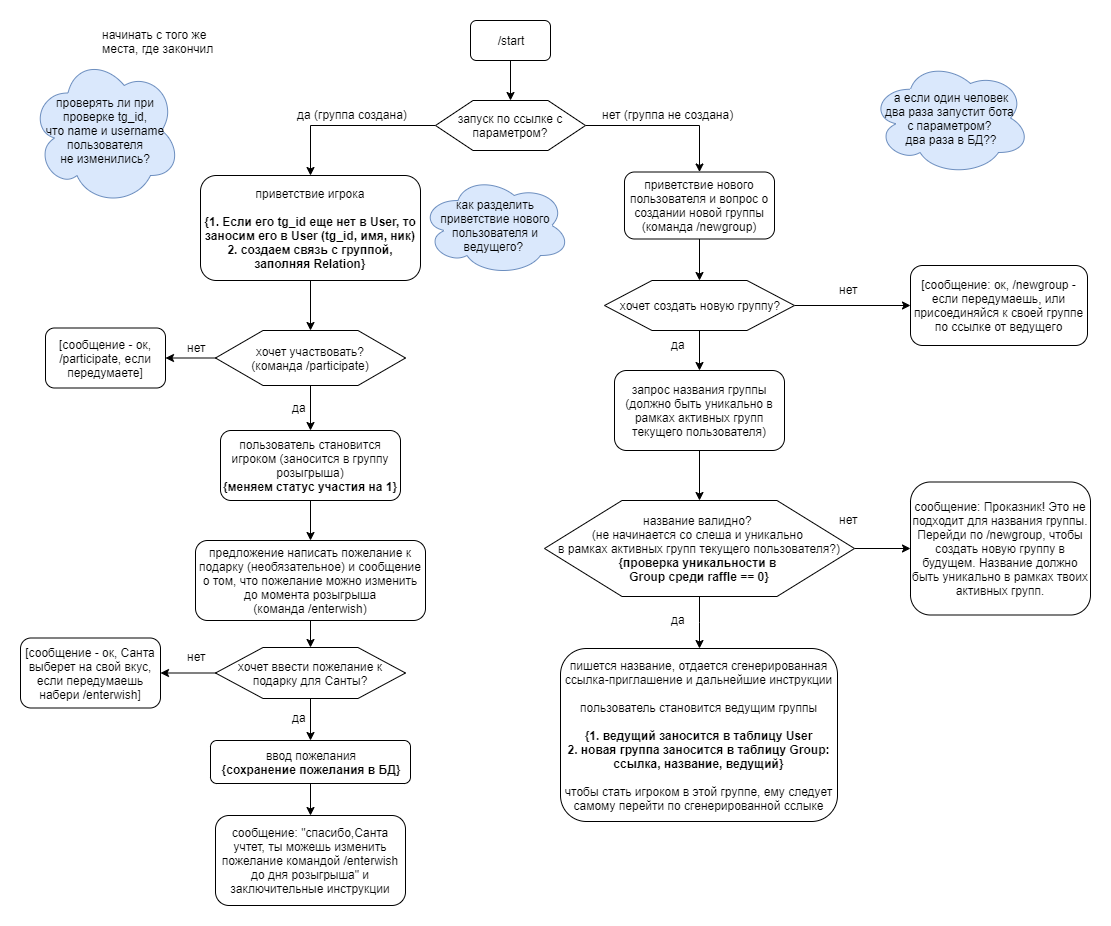
The draw.io diagram schemes/participation.png in tavrora/smart_santa, before a commit. Source tidied: cells renumbered, new cells last; positions are measured from the earlier drawing's top-left corner, leaving out a move shared by most shapes.
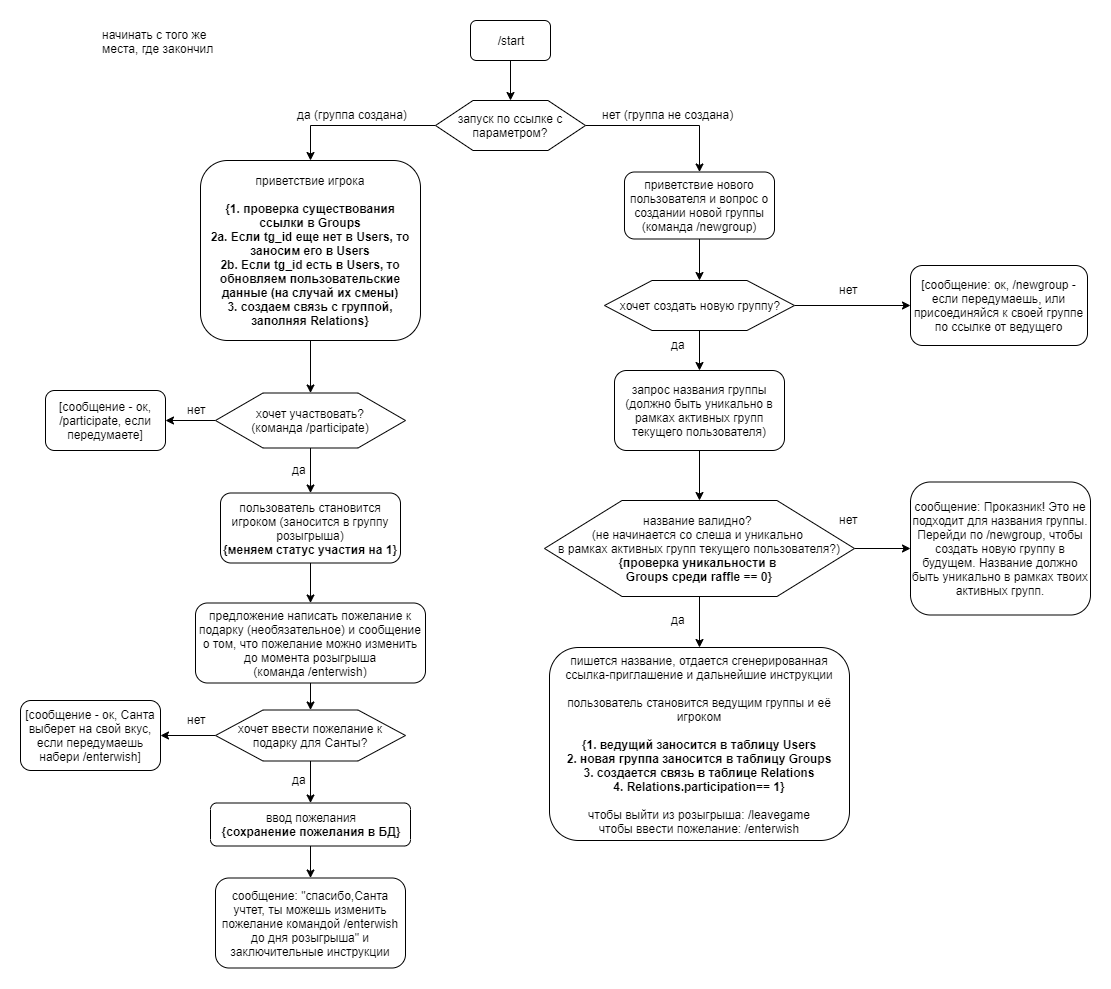
After the change.

Commit message:
+ отредактирована схема участия ведущего

What changed in the source:
```diff
@@ -35,20 +35,20 @@
     <mxCell id="12" style="edgeStyle=orthogonalEdgeStyle;rounded=0;jettySize=auto;html=1;" parent="1" edge="1" source="13" target="43">
       <mxGeometry relative="1" as="geometry" />
     </mxCell>
-    <mxCell id="13" value="&lt;br&gt;приветствие игрока&lt;br&gt;&lt;br&gt;&lt;b&gt;{1. Если его tg_id еще нет в User, то заносим его в User (tg_id, имя, ник)&lt;br&gt;2. создаем связь с группой, заполняя Relation}&lt;br&gt;&lt;br&gt;&lt;/b&gt;" style="rounded=1;whiteSpace=wrap;html=1;" parent="1" vertex="1">
-      <mxGeometry x="180" y="155" width="220" height="105" as="geometry" />
+    <mxCell id="13" value="&lt;br&gt;приветствие игрока&lt;br&gt;&lt;br&gt;&lt;b&gt;{1. проверка существования ссылки в Groups&lt;br&gt;2a. Если tg_id еще нет в Users, то заносим его в Users&lt;br&gt;2b. Если tg_id есть в Users, то обновляем пользовательские данные (на случай их смены)&lt;br&gt;3. создаем связь с группой, заполняя Relations}&lt;br&gt;&lt;br&gt;&lt;/b&gt;" style="rounded=1;whiteSpace=wrap;html=1;" parent="1" vertex="1">
+      <mxGeometry x="180" y="140" width="220" height="180" as="geometry" />
     </mxCell>
     <mxCell id="14" style="edgeStyle=orthogonalEdgeStyle;rounded=0;jettySize=auto;html=1;" parent="1" edge="1" source="15" target="20">
       <mxGeometry relative="1" as="geometry" />
     </mxCell>
     <mxCell id="15" value="пользователь становится игроком (заносится в группу розыгрыша)&lt;br&gt;&lt;b&gt;{меняем статус участия на 1}&lt;/b&gt;" style="rounded=1;whiteSpace=wrap;html=1;" parent="1" vertex="1">
-      <mxGeometry x="200" y="410" width="180" height="70" as="geometry" />
+      <mxGeometry x="200" y="472.5" width="180" height="70" as="geometry" />
     </mxCell>
     <mxCell id="16" value="сообщение: &quot;спасибо,Санта учтет, ты можешь изменить пожелание командой&amp;nbsp;/enterwish до дня розыгрыша&quot; и заключительные инструкции" style="rounded=1;whiteSpace=wrap;html=1;" parent="1" vertex="1">
-      <mxGeometry x="195" y="795" width="190" height="90" as="geometry" />
+      <mxGeometry x="195" y="857.5" width="190" height="90" as="geometry" />
     </mxCell>
-    <mxCell id="17" value="пишется название, отдается сгенерированная ссылка-приглашение и дальнейшие инструкции&lt;br&gt;&lt;br&gt;пользователь становится ведущим группы&lt;br&gt;&lt;br&gt;&lt;b&gt;{1. ведущий заносится в таблицу User&lt;br&gt;2. новая группа заносится в таблицу Group: ссылка, название, ведущий}&lt;/b&gt;&lt;br&gt;&lt;br&gt;чтобы стать игроком в этой группе, ему следует самому перейти по сгенерированной сслыке" style="rounded=1;whiteSpace=wrap;html=1;" parent="1" vertex="1">
-      <mxGeometry x="540" y="628" width="277" height="173" as="geometry" />
+    <mxCell id="17" value="пишется название, отдается сгенерированная ссылка-приглашение и дальнейшие инструкции&lt;br&gt;&lt;br&gt;пользователь становится ведущим группы и её игроком&lt;br&gt;&lt;br&gt;&lt;b&gt;{1. ведущий заносится в таблицу Users&lt;br&gt;2. новая группа заносится в таблицу Groups&lt;br&gt;3. создается связь в таблице Relations&lt;br&gt;4. Relations.participation== 1}&lt;/b&gt;&lt;br&gt;&lt;br&gt;чтобы выйти из розыгрыша: /leavegame&lt;br&gt;чтобы ввести пожелание: /enterwish" style="rounded=1;whiteSpace=wrap;html=1;" parent="1" vertex="1">
+      <mxGeometry x="529" y="627" width="300" height="193" as="geometry" />
     </mxCell>
     <mxCell id="18" value="сообщение: Проказник! Это не подходит для названия группы. Перейди по /newgroup, чтобы создать новую группу в будущем. Название должно быть уникально в рамках твоих активных групп." style="rounded=1;whiteSpace=wrap;html=1;" parent="1" vertex="1">
       <mxGeometry x="890" y="461.5" width="180" height="133" as="geometry" />
@@ -57,7 +57,7 @@
       <mxGeometry relative="1" as="geometry" />
     </mxCell>
     <mxCell id="20" value="предложение написать пожелание к подарку (необязательное) и сообщение о том, что пожелание можно изменить до момента розыгрыша&lt;br&gt;(команда /enterwish)" style="rounded=1;whiteSpace=wrap;html=1;" parent="1" vertex="1">
-      <mxGeometry x="175" y="520" width="230" height="80" as="geometry" />
+      <mxGeometry x="175" y="582.5" width="230" height="80" as="geometry" />
     </mxCell>
     <mxCell id="21" style="edgeStyle=orthogonalEdgeStyle;rounded=0;jettySize=auto;html=1;strokeColor=#000000;fontColor=#000000;" parent="1" edge="1" source="23" target="38">
       <mxGeometry relative="1" as="geometry" />
@@ -66,10 +66,10 @@
       <mxGeometry relative="1" as="geometry" />
     </mxCell>
     <mxCell id="23" value="хочет ввести пожелание к подарку для Санты?" style="shape=hexagon;perimeter=hexagonPerimeter2;whiteSpace=wrap;html=1;" parent="1" vertex="1">
-      <mxGeometry x="195" y="627" width="190" height="51" as="geometry" />
+      <mxGeometry x="195" y="689.5" width="190" height="51" as="geometry" />
     </mxCell>
     <mxCell id="24" value="да" style="text;html=1;align=left;verticalAlign=top;spacingTop=-4;" parent="1" vertex="1">
-      <mxGeometry x="270" y="687.5" width="30" height="20" as="geometry" />
+      <mxGeometry x="270" y="750" width="30" height="20" as="geometry" />
     </mxCell>
     <mxCell id="25" style="edgeStyle=orthogonalEdgeStyle;rounded=0;jettySize=auto;html=1;" parent="1" edge="1" source="26" target="32">
       <mxGeometry relative="1" as="geometry" />
@@ -92,7 +92,7 @@
     <mxCell id="31" style="edgeStyle=orthogonalEdgeStyle;rounded=0;jettySize=auto;html=1;" parent="1" edge="1" source="32" target="17">
       <mxGeometry relative="1" as="geometry" />
     </mxCell>
-    <mxCell id="32" value="название валидно? &lt;br&gt;(не начинается со слеша и уникально&amp;nbsp;&lt;br&gt;в рамках активных групп текущего пользователя?)&lt;br&gt;&lt;b&gt;{проверка уникальности в &lt;br&gt;Group среди raffle == 0}&lt;/b&gt;" style="shape=hexagon;perimeter=hexagonPerimeter2;whiteSpace=wrap;html=1;strokeColor=#000000;fontColor=#000000;" parent="1" vertex="1">
+    <mxCell id="32" value="название валидно? &lt;br&gt;(не начинается со слеша и уникально&amp;nbsp;&lt;br&gt;в рамках активных групп текущего пользователя?)&lt;br&gt;&lt;b&gt;{проверка уникальности в &lt;br&gt;Groups среди raffle == 0}&lt;/b&gt;" style="shape=hexagon;perimeter=hexagonPerimeter2;whiteSpace=wrap;html=1;strokeColor=#000000;fontColor=#000000;" parent="1" vertex="1">
       <mxGeometry x="524" y="480" width="310" height="96" as="geometry" />
     </mxCell>
     <mxCell id="33" value="да" style="text;html=1;align=left;verticalAlign=top;spacingTop=-4;fontColor=#000000;" parent="1" vertex="1">
@@ -111,10 +111,10 @@
       <mxGeometry x="817" y="490" width="30" height="20" as="geometry" />
     </mxCell>
     <mxCell id="38" value="[сообщение - ок, Санта выберет на свой вкус, если передумаешь набери /enterwish]" style="rounded=1;whiteSpace=wrap;html=1;strokeColor=#000000;fontColor=#000000;" parent="1" vertex="1">
-      <mxGeometry y="617.5" width="140" height="70" as="geometry" />
+      <mxGeometry y="680" width="140" height="70" as="geometry" />
     </mxCell>
     <mxCell id="39" value="нет" style="text;html=1;align=left;verticalAlign=top;spacingTop=-4;fontColor=#000000;" parent="1" vertex="1">
-      <mxGeometry x="165" y="627" width="30" height="20" as="geometry" />
+      <mxGeometry x="165" y="689.5" width="30" height="20" as="geometry" />
     </mxCell>
     <mxCell id="40" value="начинать с того же&lt;br&gt;места, где закончил" style="text;html=1;align=left;verticalAlign=top;spacingTop=-4;" parent="1" vertex="1">
       <mxGeometry x="80" y="5" width="130" height="30" as="geometry" />
@@ -126,31 +126,22 @@
       <mxGeometry relative="1" as="geometry" />
     </mxCell>
     <mxCell id="43" value="хочет участвовать?&lt;br&gt;(команда /participate)" style="shape=hexagon;perimeter=hexagonPerimeter2;whiteSpace=wrap;html=1;" parent="1" vertex="1">
-      <mxGeometry x="195" y="310" width="190" height="55" as="geometry" />
+      <mxGeometry x="195" y="372.5" width="190" height="55" as="geometry" />
     </mxCell>
     <mxCell id="44" value="да" style="text;html=1;align=left;verticalAlign=top;spacingTop=-4;" parent="1" vertex="1">
-      <mxGeometry x="270" y="377.5" width="30" height="20" as="geometry" />
+      <mxGeometry x="270" y="440" width="30" height="20" as="geometry" />
     </mxCell>
     <mxCell id="45" value="[сообщение - ок, /participate, если передумаете]" style="rounded=1;whiteSpace=wrap;html=1;" parent="1" vertex="1">
-      <mxGeometry x="25" y="307.5" width="120" height="60" as="geometry" />
+      <mxGeometry x="25" y="370" width="120" height="60" as="geometry" />
     </mxCell>
     <mxCell id="46" value="нет" style="text;html=1;align=left;verticalAlign=top;spacingTop=-4;" parent="1" vertex="1">
-      <mxGeometry x="165" y="317.5" width="30" height="20" as="geometry" />
+      <mxGeometry x="165" y="380" width="30" height="20" as="geometry" />
     </mxCell>
     <mxCell id="47" style="edgeStyle=orthogonalEdgeStyle;rounded=0;jettySize=auto;html=1;" parent="1" edge="1" source="48" target="16">
       <mxGeometry relative="1" as="geometry" />
     </mxCell>
     <mxCell id="48" value="ввод пожелания&lt;br&gt;&lt;b&gt;{сохранение пожелания в БД}&lt;/b&gt;" style="rounded=1;whiteSpace=wrap;html=1;" parent="1" vertex="1">
-      <mxGeometry x="190" y="720" width="200" height="43" as="geometry" />
+      <mxGeometry x="190" y="782.5" width="200" height="43" as="geometry" />
     </mxCell>
-    <mxCell id="49" value="&lt;span style=&quot;white-space: normal&quot;&gt;как разделить приветствие нового пользователя и ведущего?&amp;nbsp;&lt;/span&gt;" style="ellipse;shape=cloud;whiteSpace=wrap;html=1;fillColor=#dae8fc;strokeColor=#6c8ebf;" parent="1" vertex="1">
-      <mxGeometry x="400" y="155" width="150" height="100" as="geometry" />
-    </mxCell>
-    <mxCell id="50" value="&lt;span style=&quot;white-space: normal&quot;&gt;проверять ли при проверке tg_id,&lt;br&gt;что name и username пользователя&lt;br&gt;не изменились?&lt;/span&gt;" style="ellipse;shape=cloud;whiteSpace=wrap;html=1;fillColor=#dae8fc;strokeColor=#6c8ebf;" parent="1" vertex="1">
-      <mxGeometry x="10" y="35" width="150" height="150" as="geometry" />
-    </mxCell>
-    <mxCell id="51" value="&lt;span style=&quot;white-space: normal ; text-align: left&quot;&gt;а если один человек&lt;br&gt;два раза запустит бота&amp;nbsp;&lt;br&gt;с параметром?&amp;nbsp;&lt;/span&gt;&lt;br style=&quot;white-space: normal ; text-align: left&quot;&gt;&lt;span style=&quot;white-space: normal ; text-align: left&quot;&gt;два раза в БД??&lt;/span&gt;" style="ellipse;shape=cloud;whiteSpace=wrap;html=1;fillColor=#dae8fc;strokeColor=#6c8ebf;" parent="1" vertex="1">
-      <mxGeometry x="850" y="40" width="160" height="115" as="geometry" />
-    </mxCell>
   </root>
 </mxGraphModel>
```
